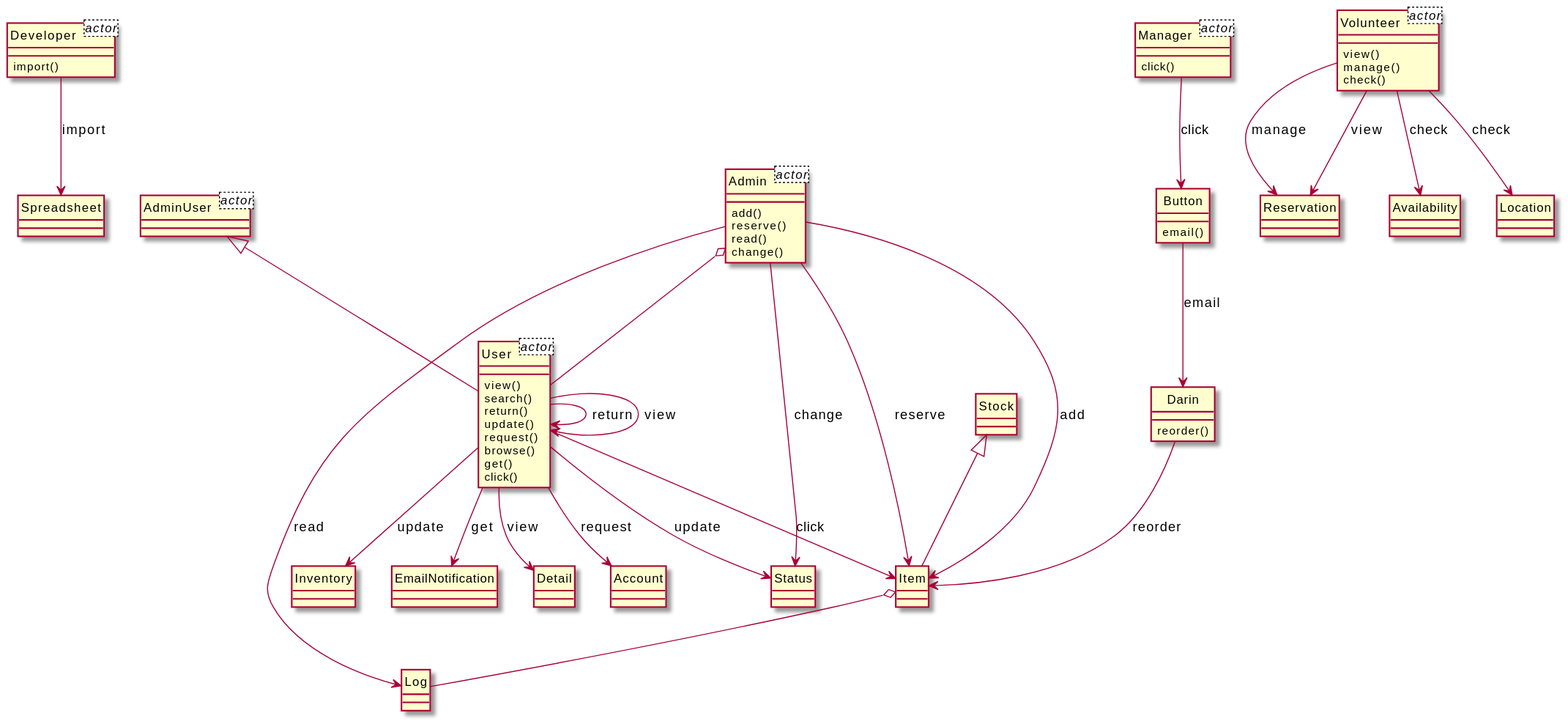
This is output/diagram_5/2017-USC-Project02.svg from xixixhalu/DomainModelExtractor, a PlantUML export, as it was before one commit.
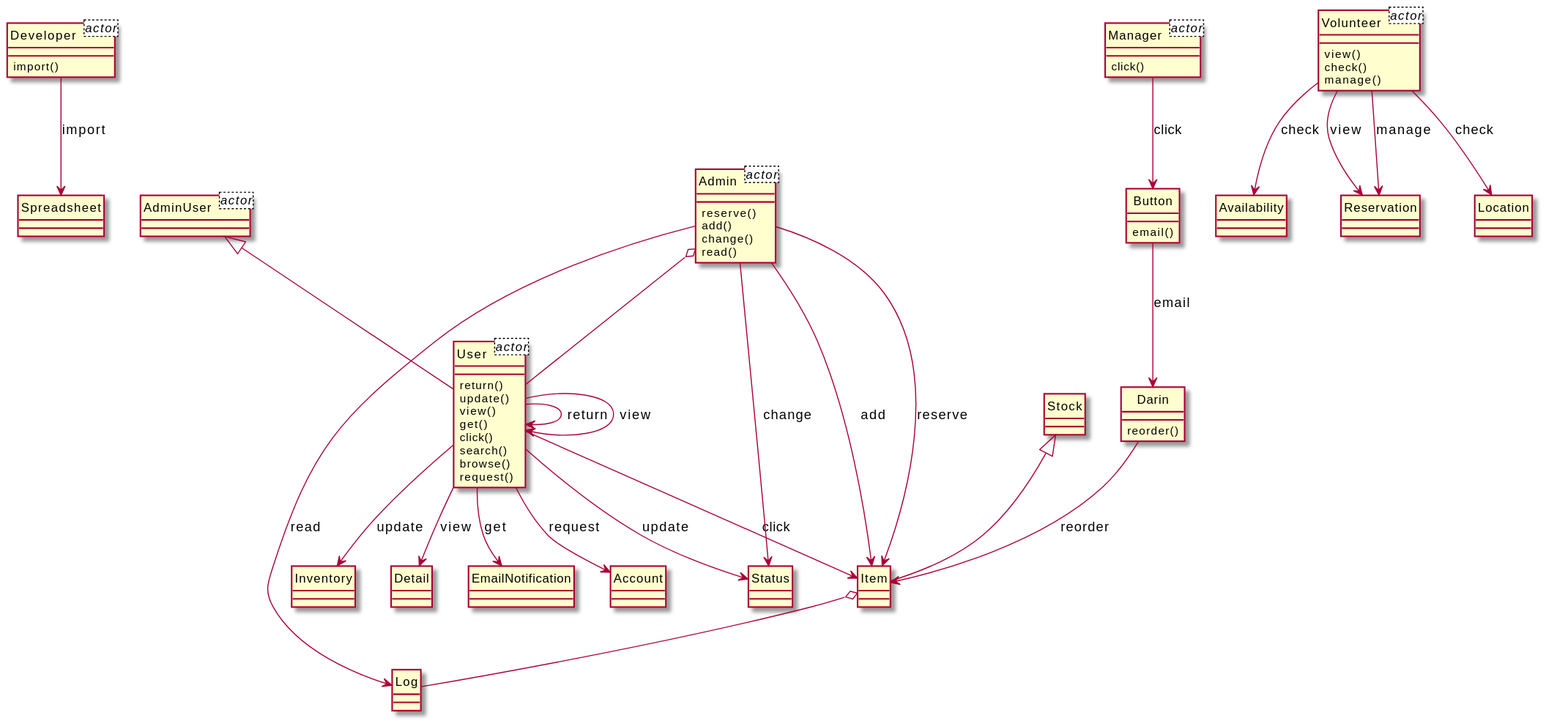
Above is the later version.

The edit, as a diff of the source:
```diff
@@ -15,84 +15,84 @@
 class Log {
 }
 class User {
-	view()
-	search()
 	return()
 	update()
-	request()
-	browse()
+	view()
 	get()
 	click()
+	search()
+	browse()
+	request()
+}
+class Volunteer {
+	view()
+	check()
+	manage()
+}
+class Availability {
+}
+class Status {
 }
 class Account {
 }
-class Admin {
-	add()
-	reserve()
-	read()
-	change()
-}
-class Item {
-}
-class Volunteer {
-	view()
-	manage()
-	check()
-}
-class Reservation {
-}
-class Availability {
+class Button {
+	email()
 }
 class Darin {
 	reorder()
 }
-class Status {
+class Admin {
+	reserve()
+	add()
+	change()
+	read()
 }
-class Inventory {
-}
-class Location {
-}
-class EmailNotification {
+class Item {
 }
 class Developer {
 	import()
 }
 class Spreadsheet {
 }
-class Detail {
+class Reservation {
+}
+class Inventory {
 }
 class Manager {
 	click()
 }
-class Button {
-	email()
+class Detail {
+}
+class Location {
+}
+class EmailNotification {
+}
+class Stock {
 }
 class AdminUser {
 }
-class Stock {
-}
-User --> Item : click
-Darin --> Item : reorder
-User --> Account : request
+Button --> Darin : email
+Admin --> Item : reserve
 Admin --> Item : add
-Volunteer --> Reservation : manage
-Admin o-- User
-Admin --> Item : reserve
-Admin --> Status : change
-Manager --> Button : click
 User --> User : return
-Button --> Darin : email
-AdminUser <|-- User
-User --> Status : update
-Admin --> Log : read
-User --> Inventory : update
-Item o-- Log
-Stock <|-- Item
 Volunteer --> Location : check
 Volunteer --> Availability : check
+Volunteer --> Reservation : view
+Admin --> Log : read
+User --> Status : update
 User --> EmailNotification : get
+User --> Item : click
+Stock <|-- Item
+Admin --> Status : change
+AdminUser <|-- User
 User --> User : view
 Developer --> Spreadsheet : import
+Item o-- Log
+Admin o-- User
+Volunteer --> Reservation : manage
+User --> Inventory : update
+Darin --> Item : reorder
+Manager --> Button : click
 User --> Detail : view
-Volunteer --> Reservation : view
+User --> Account : request
 @enduml
```
